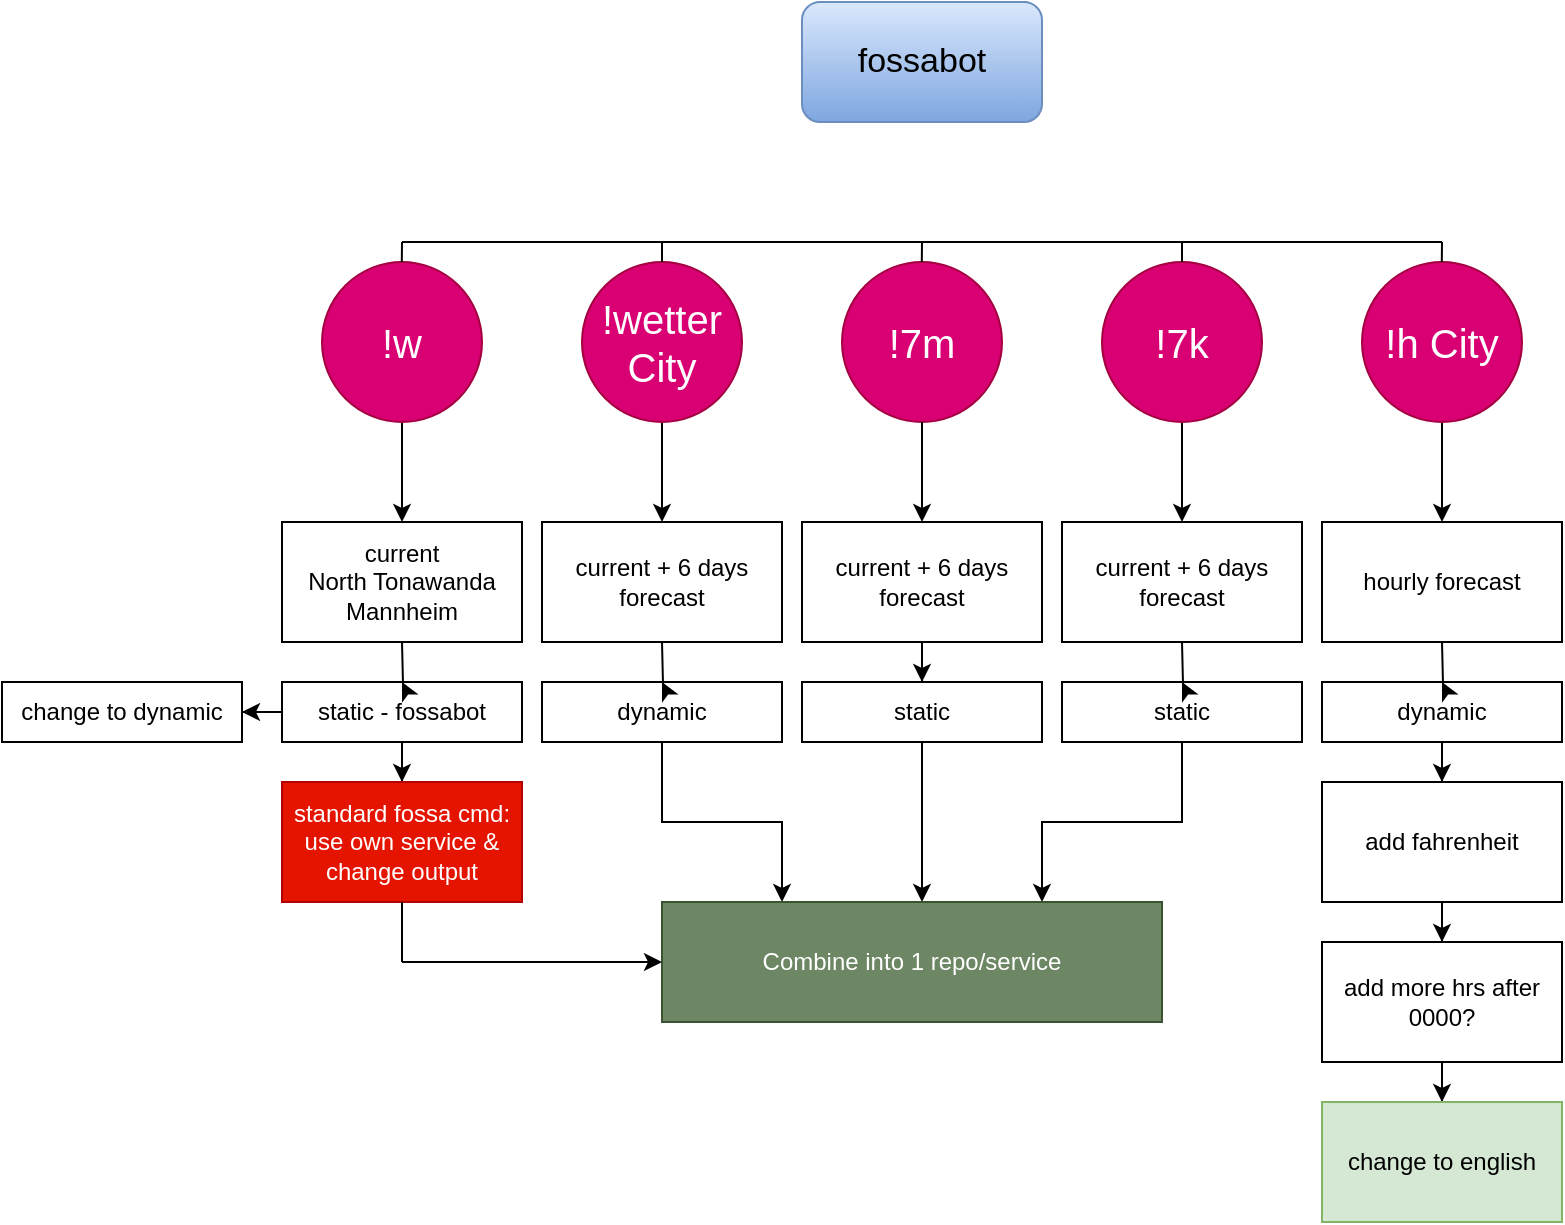
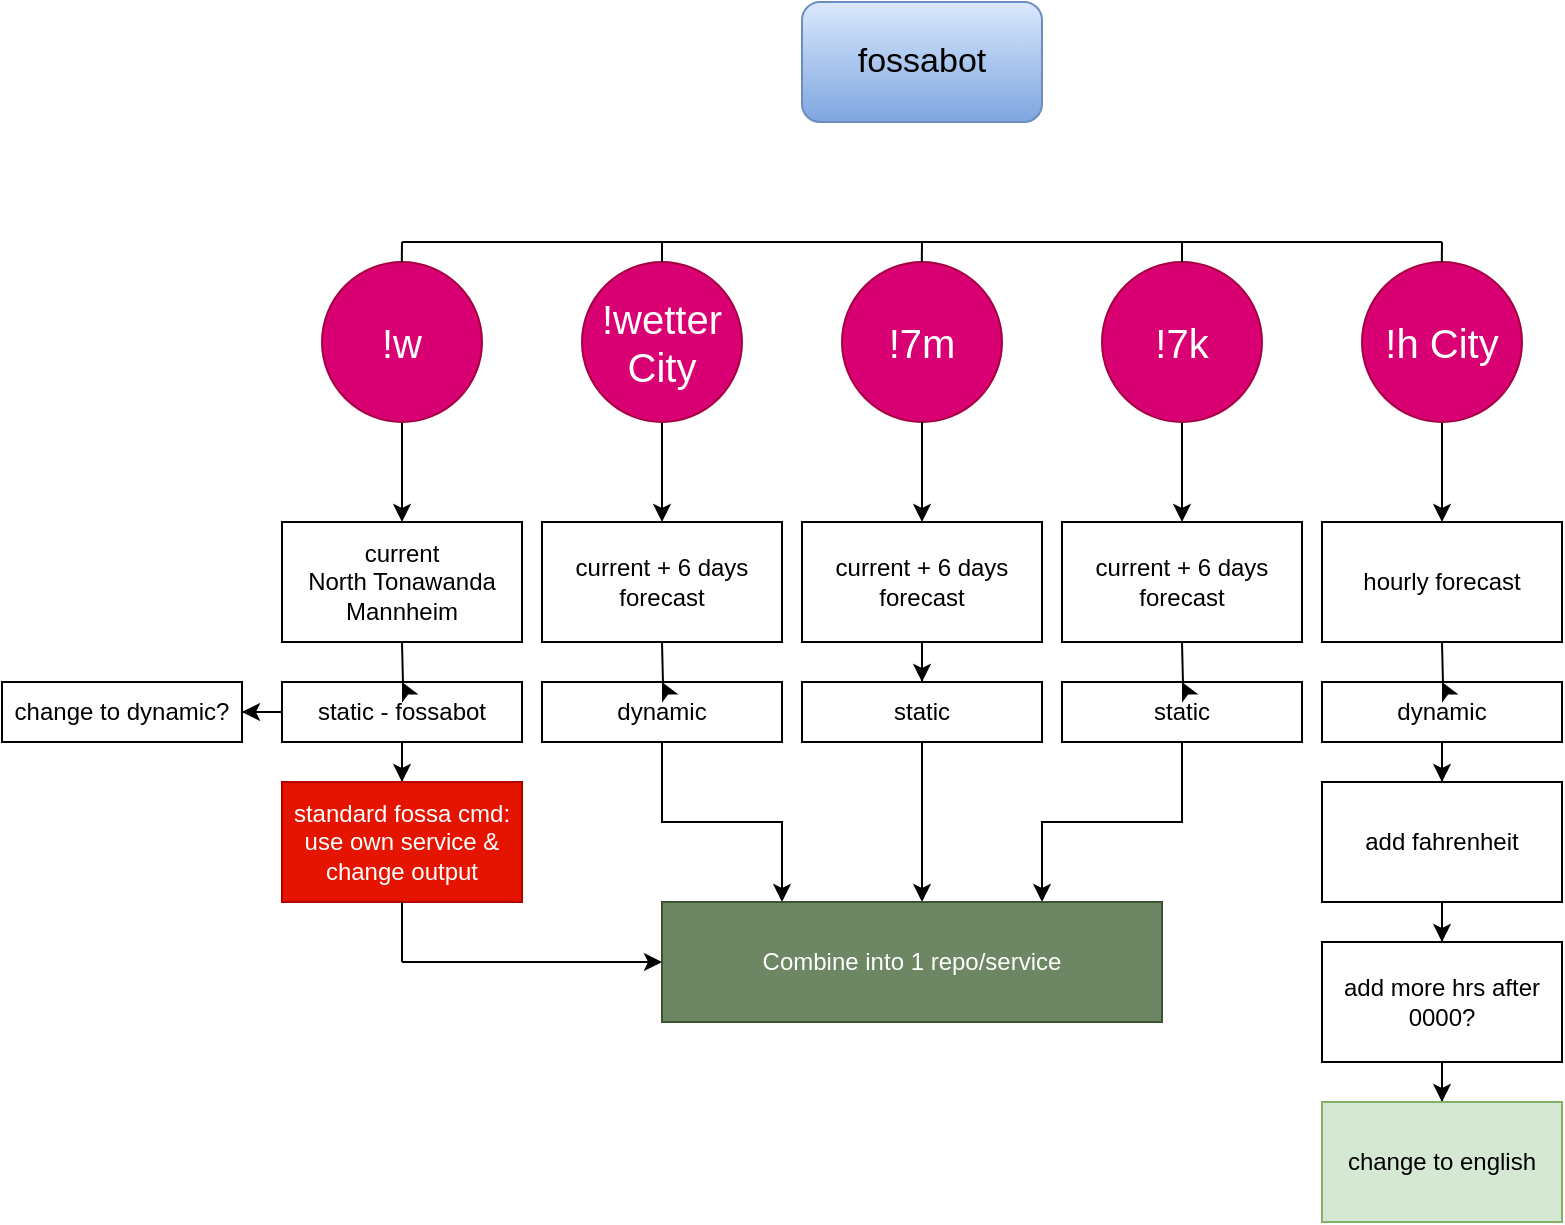
<mxfile host="app.diagrams.net">
  <diagram name="Page-1" id="9VzqXHfPhy3sf3baI-xB">
    <mxGraphModel dx="1717" dy="717" grid="1" gridSize="10" guides="1" tooltips="1" connect="1" arrows="1" fold="1" page="1" pageScale="1" pageWidth="850" pageHeight="1100" math="0" shadow="0">
      <root>
        <mxCell id="0" />
        <mxCell id="1" parent="0" />
        <mxCell id="s_UMoqTU6THQ3Am6J6Qj-11" connectable="0" parent="1" style="group" value="" vertex="1">
          <mxGeometry height="190" width="120" x="460" y="310" as="geometry" />
        </mxCell>
        <mxCell id="s_UMoqTU6THQ3Am6J6Qj-9" edge="1" parent="s_UMoqTU6THQ3Am6J6Qj-11" source="s_UMoqTU6THQ3Am6J6Qj-7" style="edgeStyle=orthogonalEdgeStyle;rounded=0;orthogonalLoop=1;jettySize=auto;html=1;" value="">
          <mxGeometry relative="1" as="geometry">
            <mxPoint x="60" y="130" as="targetPoint" />
          </mxGeometry>
        </mxCell>
        <mxCell id="s_UMoqTU6THQ3Am6J6Qj-7" parent="s_UMoqTU6THQ3Am6J6Qj-11" style="ellipse;whiteSpace=wrap;html=1;aspect=fixed;fillColor=#d80073;fontColor=#ffffff;strokeColor=#A50040;" value="&lt;font style=&quot;font-size: 20px;&quot;&gt;!7k&lt;/font&gt;" vertex="1">
          <mxGeometry height="80" width="80" x="20" as="geometry" />
        </mxCell>
        <mxCell id="s_UMoqTU6THQ3Am6J6Qj-10" parent="s_UMoqTU6THQ3Am6J6Qj-11" style="rounded=0;whiteSpace=wrap;html=1;" value="current + 6 days forecast" vertex="1">
          <mxGeometry height="60" width="120" y="130" as="geometry" />
        </mxCell>
        <mxCell id="s_UMoqTU6THQ3Am6J6Qj-13" connectable="0" parent="1" style="group" value="" vertex="1">
          <mxGeometry height="190" width="120" x="330" y="310" as="geometry" />
        </mxCell>
        <mxCell id="s_UMoqTU6THQ3Am6J6Qj-2" parent="s_UMoqTU6THQ3Am6J6Qj-13" style="rounded=0;whiteSpace=wrap;html=1;" value="current + 6 days forecast" vertex="1">
          <mxGeometry height="60" width="120" y="130" as="geometry" />
        </mxCell>
        <mxCell id="s_UMoqTU6THQ3Am6J6Qj-12" connectable="0" parent="s_UMoqTU6THQ3Am6J6Qj-13" style="group" value="" vertex="1">
          <mxGeometry height="80" width="80" x="20" as="geometry" />
        </mxCell>
        <mxCell id="s_UMoqTU6THQ3Am6J6Qj-1" parent="s_UMoqTU6THQ3Am6J6Qj-12" style="ellipse;whiteSpace=wrap;html=1;aspect=fixed;fillColor=#d80073;fontColor=#ffffff;strokeColor=#A50040;" value="&lt;font style=&quot;font-size: 20px;&quot;&gt;!7m&lt;/font&gt;" vertex="1">
          <mxGeometry height="80" width="80" as="geometry" />
        </mxCell>
        <mxCell id="s_UMoqTU6THQ3Am6J6Qj-6" edge="1" parent="s_UMoqTU6THQ3Am6J6Qj-13" source="s_UMoqTU6THQ3Am6J6Qj-1" style="edgeStyle=orthogonalEdgeStyle;rounded=0;orthogonalLoop=1;jettySize=auto;html=1;" target="s_UMoqTU6THQ3Am6J6Qj-2" value="">
          <mxGeometry relative="1" as="geometry" />
        </mxCell>
        <mxCell id="s_UMoqTU6THQ3Am6J6Qj-14" connectable="0" parent="1" style="group" value="" vertex="1">
          <mxGeometry height="190" width="120" x="590" y="310" as="geometry" />
        </mxCell>
        <mxCell id="s_UMoqTU6THQ3Am6J6Qj-15" edge="1" parent="s_UMoqTU6THQ3Am6J6Qj-14" source="s_UMoqTU6THQ3Am6J6Qj-16" style="edgeStyle=orthogonalEdgeStyle;rounded=0;orthogonalLoop=1;jettySize=auto;html=1;" value="">
          <mxGeometry relative="1" as="geometry">
            <mxPoint x="60" y="130" as="targetPoint" />
          </mxGeometry>
        </mxCell>
        <mxCell id="s_UMoqTU6THQ3Am6J6Qj-16" parent="s_UMoqTU6THQ3Am6J6Qj-14" style="ellipse;whiteSpace=wrap;html=1;aspect=fixed;fillColor=#d80073;fontColor=#ffffff;strokeColor=#A50040;" value="&lt;font style=&quot;font-size: 20px;&quot;&gt;!h City&lt;/font&gt;" vertex="1">
          <mxGeometry height="80" width="80" x="20" as="geometry" />
        </mxCell>
        <mxCell id="s_UMoqTU6THQ3Am6J6Qj-17" parent="s_UMoqTU6THQ3Am6J6Qj-14" style="rounded=0;whiteSpace=wrap;html=1;" value="hourly forecast" vertex="1">
          <mxGeometry height="60" width="120" y="130" as="geometry" />
        </mxCell>
        <mxCell id="s_UMoqTU6THQ3Am6J6Qj-18" connectable="0" parent="1" style="group" value="" vertex="1">
          <mxGeometry height="190" width="120" x="200" y="310" as="geometry" />
        </mxCell>
        <mxCell id="s_UMoqTU6THQ3Am6J6Qj-19" edge="1" parent="s_UMoqTU6THQ3Am6J6Qj-18" source="s_UMoqTU6THQ3Am6J6Qj-20" style="edgeStyle=orthogonalEdgeStyle;rounded=0;orthogonalLoop=1;jettySize=auto;html=1;" value="">
          <mxGeometry relative="1" as="geometry">
            <mxPoint x="60" y="130" as="targetPoint" />
          </mxGeometry>
        </mxCell>
        <mxCell id="s_UMoqTU6THQ3Am6J6Qj-20" parent="s_UMoqTU6THQ3Am6J6Qj-18" style="ellipse;whiteSpace=wrap;html=1;aspect=fixed;fillColor=#d80073;fontColor=#ffffff;strokeColor=#A50040;" value="&lt;font style=&quot;font-size: 20px;&quot;&gt;!wetter City&lt;/font&gt;" vertex="1">
          <mxGeometry height="80" width="80" x="20" as="geometry" />
        </mxCell>
        <mxCell id="s_UMoqTU6THQ3Am6J6Qj-21" parent="s_UMoqTU6THQ3Am6J6Qj-18" style="rounded=0;whiteSpace=wrap;html=1;" value="current + 6 days forecast" vertex="1">
          <mxGeometry height="60" width="120" y="130" as="geometry" />
        </mxCell>
        <mxCell id="wv6-X-4x8dGTElKProTv-45" edge="1" parent="1" source="s_UMoqTU6THQ3Am6J6Qj-24" style="edgeStyle=orthogonalEdgeStyle;rounded=0;orthogonalLoop=1;jettySize=auto;html=1;" target="wv6-X-4x8dGTElKProTv-44" value="">
          <mxGeometry relative="1" as="geometry">
            <Array as="points">
              <mxPoint x="390" y="620" />
              <mxPoint x="390" y="620" />
            </Array>
          </mxGeometry>
        </mxCell>
        <mxCell id="s_UMoqTU6THQ3Am6J6Qj-24" parent="1" style="rounded=0;whiteSpace=wrap;html=1;" value="static" vertex="1">
          <mxGeometry height="30" width="120" x="330" y="520" as="geometry" />
        </mxCell>
        <mxCell id="s_UMoqTU6THQ3Am6J6Qj-25" edge="1" parent="1" source="s_UMoqTU6THQ3Am6J6Qj-2" style="edgeStyle=orthogonalEdgeStyle;rounded=0;orthogonalLoop=1;jettySize=auto;html=1;" target="s_UMoqTU6THQ3Am6J6Qj-24" value="">
          <mxGeometry relative="1" as="geometry" />
        </mxCell>
        <mxCell id="wv6-X-4x8dGTElKProTv-51" edge="1" parent="1" source="s_UMoqTU6THQ3Am6J6Qj-26" style="edgeStyle=orthogonalEdgeStyle;rounded=0;orthogonalLoop=1;jettySize=auto;html=1;" target="wv6-X-4x8dGTElKProTv-44" value="">
          <mxGeometry relative="1" as="geometry">
            <Array as="points">
              <mxPoint x="260" y="590" />
              <mxPoint x="320" y="590" />
            </Array>
          </mxGeometry>
        </mxCell>
        <mxCell id="s_UMoqTU6THQ3Am6J6Qj-26" parent="1" style="rounded=0;whiteSpace=wrap;html=1;" value="dynamic" vertex="1">
          <mxGeometry height="30" width="120" x="200" y="520" as="geometry" />
        </mxCell>
        <mxCell id="s_UMoqTU6THQ3Am6J6Qj-27" edge="1" parent="1" style="edgeStyle=orthogonalEdgeStyle;rounded=0;orthogonalLoop=1;jettySize=auto;html=1;" target="s_UMoqTU6THQ3Am6J6Qj-26" value="">
          <mxGeometry relative="1" as="geometry">
            <mxPoint x="260" y="500" as="sourcePoint" />
          </mxGeometry>
        </mxCell>
        <mxCell id="wv6-X-4x8dGTElKProTv-50" edge="1" parent="1" source="s_UMoqTU6THQ3Am6J6Qj-28" style="edgeStyle=orthogonalEdgeStyle;rounded=0;orthogonalLoop=1;jettySize=auto;html=1;" target="wv6-X-4x8dGTElKProTv-44" value="">
          <mxGeometry relative="1" as="geometry">
            <Array as="points">
              <mxPoint x="520" y="590" />
              <mxPoint x="450" y="590" />
            </Array>
          </mxGeometry>
        </mxCell>
        <mxCell id="s_UMoqTU6THQ3Am6J6Qj-28" parent="1" style="rounded=0;whiteSpace=wrap;html=1;" value="static" vertex="1">
          <mxGeometry height="30" width="120" x="460" y="520" as="geometry" />
        </mxCell>
        <mxCell id="s_UMoqTU6THQ3Am6J6Qj-29" edge="1" parent="1" style="edgeStyle=orthogonalEdgeStyle;rounded=0;orthogonalLoop=1;jettySize=auto;html=1;" target="s_UMoqTU6THQ3Am6J6Qj-28" value="">
          <mxGeometry relative="1" as="geometry">
            <mxPoint x="520" y="500" as="sourcePoint" />
          </mxGeometry>
        </mxCell>
        <mxCell id="wv6-X-4x8dGTElKProTv-53" edge="1" parent="1" source="s_UMoqTU6THQ3Am6J6Qj-30" style="edgeStyle=orthogonalEdgeStyle;rounded=0;orthogonalLoop=1;jettySize=auto;html=1;" target="wv6-X-4x8dGTElKProTv-52" value="">
          <mxGeometry relative="1" as="geometry" />
        </mxCell>
        <mxCell id="s_UMoqTU6THQ3Am6J6Qj-30" parent="1" style="rounded=0;whiteSpace=wrap;html=1;" value="dynamic" vertex="1">
          <mxGeometry height="30" width="120" x="590" y="520" as="geometry" />
        </mxCell>
        <mxCell id="s_UMoqTU6THQ3Am6J6Qj-31" edge="1" parent="1" style="edgeStyle=orthogonalEdgeStyle;rounded=0;orthogonalLoop=1;jettySize=auto;html=1;" target="s_UMoqTU6THQ3Am6J6Qj-30" value="">
          <mxGeometry relative="1" as="geometry">
            <mxPoint x="650" y="500" as="sourcePoint" />
          </mxGeometry>
        </mxCell>
        <mxCell id="wv6-X-4x8dGTElKProTv-1" parent="1" style="rounded=1;whiteSpace=wrap;html=1;fillColor=#dae8fc;strokeColor=#6c8ebf;gradientColor=#7ea6e0;fontColor=light-dark(#000000,#CCFF99);fontSize=17;" value="fossabot" vertex="1">
          <mxGeometry height="60" width="120" x="330" y="180" as="geometry" />
        </mxCell>
        <mxCell id="wv6-X-4x8dGTElKProTv-15" edge="1" parent="1" style="endArrow=none;html=1;rounded=0;" value="">
          <mxGeometry height="50" relative="1" width="50" as="geometry">
            <mxPoint x="130" y="300" as="sourcePoint" />
            <mxPoint x="650" y="300" as="targetPoint" />
          </mxGeometry>
        </mxCell>
        <mxCell id="wv6-X-4x8dGTElKProTv-18" edge="1" parent="1" source="s_UMoqTU6THQ3Am6J6Qj-20" style="endArrow=none;html=1;rounded=0;exitX=0.5;exitY=0;exitDx=0;exitDy=0;" value="">
          <mxGeometry height="50" relative="1" width="50" as="geometry">
            <mxPoint x="450" y="320" as="sourcePoint" />
            <mxPoint x="260" y="300" as="targetPoint" />
          </mxGeometry>
        </mxCell>
        <mxCell id="wv6-X-4x8dGTElKProTv-19" edge="1" parent="1" style="endArrow=none;html=1;rounded=0;exitX=0.5;exitY=0;exitDx=0;exitDy=0;" value="">
          <mxGeometry height="50" relative="1" width="50" as="geometry">
            <mxPoint x="389.9" y="310" as="sourcePoint" />
            <mxPoint x="390" y="300" as="targetPoint" />
          </mxGeometry>
        </mxCell>
        <mxCell id="wv6-X-4x8dGTElKProTv-20" edge="1" parent="1" style="endArrow=none;html=1;rounded=0;exitX=0.5;exitY=0;exitDx=0;exitDy=0;" value="">
          <mxGeometry height="50" relative="1" width="50" as="geometry">
            <mxPoint x="520" y="310" as="sourcePoint" />
            <mxPoint x="520" y="300" as="targetPoint" />
          </mxGeometry>
        </mxCell>
        <mxCell id="wv6-X-4x8dGTElKProTv-21" edge="1" parent="1" style="endArrow=none;html=1;rounded=0;exitX=0.5;exitY=0;exitDx=0;exitDy=0;" value="">
          <mxGeometry height="50" relative="1" width="50" as="geometry">
            <mxPoint x="649.9" y="310" as="sourcePoint" />
            <mxPoint x="650" y="300" as="targetPoint" />
          </mxGeometry>
        </mxCell>
        <mxCell id="wv6-X-4x8dGTElKProTv-27" connectable="0" parent="1" style="group" value="" vertex="1">
          <mxGeometry height="190" width="120" x="70" y="310" as="geometry" />
        </mxCell>
        <mxCell id="wv6-X-4x8dGTElKProTv-28" edge="1" parent="wv6-X-4x8dGTElKProTv-27" source="wv6-X-4x8dGTElKProTv-29" style="edgeStyle=orthogonalEdgeStyle;rounded=0;orthogonalLoop=1;jettySize=auto;html=1;" value="">
          <mxGeometry relative="1" as="geometry">
            <mxPoint x="60" y="130" as="targetPoint" />
          </mxGeometry>
        </mxCell>
        <mxCell id="wv6-X-4x8dGTElKProTv-29" parent="wv6-X-4x8dGTElKProTv-27" style="ellipse;whiteSpace=wrap;html=1;aspect=fixed;fillColor=#d80073;fontColor=#ffffff;strokeColor=#A50040;" value="&lt;font style=&quot;font-size: 20px;&quot;&gt;!w&lt;/font&gt;" vertex="1">
          <mxGeometry height="80" width="80" x="20" as="geometry" />
        </mxCell>
        <mxCell id="wv6-X-4x8dGTElKProTv-30" parent="wv6-X-4x8dGTElKProTv-27" style="rounded=0;whiteSpace=wrap;html=1;" value="&lt;div&gt;current&lt;/div&gt;&lt;div&gt;North Tonawanda&lt;/div&gt;&lt;div&gt;Mannheim&lt;/div&gt;" vertex="1">
          <mxGeometry height="60" width="120" y="130" as="geometry" />
        </mxCell>
        <mxCell id="wv6-X-4x8dGTElKProTv-43" edge="1" parent="1" source="wv6-X-4x8dGTElKProTv-31" style="edgeStyle=orthogonalEdgeStyle;rounded=0;orthogonalLoop=1;jettySize=auto;html=1;" target="wv6-X-4x8dGTElKProTv-42" value="">
          <mxGeometry relative="1" as="geometry" />
        </mxCell>
        <mxCell id="wv6-X-4x8dGTElKProTv-72" edge="1" parent="1" source="wv6-X-4x8dGTElKProTv-31" style="edgeStyle=orthogonalEdgeStyle;rounded=0;orthogonalLoop=1;jettySize=auto;html=1;" target="wv6-X-4x8dGTElKProTv-71" value="">
          <mxGeometry relative="1" as="geometry" />
        </mxCell>
        <mxCell id="wv6-X-4x8dGTElKProTv-31" parent="1" style="rounded=0;whiteSpace=wrap;html=1;" value="static - fossabot" vertex="1">
          <mxGeometry height="30" width="120" x="70" y="520" as="geometry" />
        </mxCell>
        <mxCell id="wv6-X-4x8dGTElKProTv-32" edge="1" parent="1" style="edgeStyle=orthogonalEdgeStyle;rounded=0;orthogonalLoop=1;jettySize=auto;html=1;" target="wv6-X-4x8dGTElKProTv-31" value="">
          <mxGeometry relative="1" as="geometry">
            <mxPoint x="130" y="500" as="sourcePoint" />
          </mxGeometry>
        </mxCell>
        <mxCell id="wv6-X-4x8dGTElKProTv-33" edge="1" parent="1" style="endArrow=none;html=1;rounded=0;exitX=0.5;exitY=0;exitDx=0;exitDy=0;" value="">
          <mxGeometry height="50" relative="1" width="50" as="geometry">
            <mxPoint x="129.89999999999998" y="310" as="sourcePoint" />
            <mxPoint x="130" y="300" as="targetPoint" />
          </mxGeometry>
        </mxCell>
        <mxCell id="wv6-X-4x8dGTElKProTv-42" parent="1" style="whiteSpace=wrap;html=1;rounded=0;fillColor=#e51400;strokeColor=#B20000;fontColor=#ffffff;" value="standard fossa cmd: use own service &amp;amp; change output" vertex="1">
          <mxGeometry height="60" width="120" x="70" y="570" as="geometry" />
        </mxCell>
        <mxCell id="wv6-X-4x8dGTElKProTv-44" parent="1" style="rounded=0;whiteSpace=wrap;html=1;fillColor=#6d8764;fontColor=#ffffff;strokeColor=#3A5431;" value="Combine into 1 repo/service" vertex="1">
          <mxGeometry height="60" width="250" x="260" y="630" as="geometry" />
        </mxCell>
        <mxCell id="wv6-X-4x8dGTElKProTv-55" edge="1" parent="1" source="wv6-X-4x8dGTElKProTv-52" style="edgeStyle=orthogonalEdgeStyle;rounded=0;orthogonalLoop=1;jettySize=auto;html=1;" target="wv6-X-4x8dGTElKProTv-54" value="">
          <mxGeometry relative="1" as="geometry" />
        </mxCell>
        <mxCell id="wv6-X-4x8dGTElKProTv-52" parent="1" style="rounded=0;whiteSpace=wrap;html=1;" value="add fahrenheit" vertex="1">
          <mxGeometry height="60" width="120" x="590" y="570" as="geometry" />
        </mxCell>
        <mxCell id="wv6-X-4x8dGTElKProTv-61" edge="1" parent="1" source="wv6-X-4x8dGTElKProTv-54" style="edgeStyle=orthogonalEdgeStyle;rounded=0;orthogonalLoop=1;jettySize=auto;html=1;" target="wv6-X-4x8dGTElKProTv-60" value="">
          <mxGeometry relative="1" as="geometry" />
        </mxCell>
        <mxCell id="wv6-X-4x8dGTElKProTv-54" parent="1" style="rounded=0;whiteSpace=wrap;html=1;" value="add more hrs after 0000?" vertex="1">
          <mxGeometry height="60" width="120" x="590" y="650" as="geometry" />
        </mxCell>
        <mxCell id="wv6-X-4x8dGTElKProTv-60" parent="1" style="rounded=0;whiteSpace=wrap;html=1;fillColor=light-dark(#D5E8D4,#FF0000);strokeColor=#82b366;fontColor=light-dark(#000000,#0000CC);" value="change to english" vertex="1">
          <mxGeometry height="60" width="120" x="590" y="730" as="geometry" />
        </mxCell>
        <mxCell id="wv6-X-4x8dGTElKProTv-68" edge="1" parent="1" style="edgeStyle=orthogonalEdgeStyle;rounded=0;orthogonalLoop=1;jettySize=auto;html=1;exitX=0.5;exitY=1;exitDx=0;exitDy=0;">
          <mxGeometry relative="1" as="geometry">
            <mxPoint x="-25" y="550" as="sourcePoint" />
            <mxPoint x="-25" y="550" as="targetPoint" />
          </mxGeometry>
        </mxCell>
-         <mxCell id="wv6-X-4x8dGTElKProTv-71" parent="1" style="rounded=0;whiteSpace=wrap;html=1;" value="change to dynamic" vertex="1">
+         <mxCell id="wv6-X-4x8dGTElKProTv-71" parent="1" style="rounded=0;whiteSpace=wrap;html=1;" value="change to dynamic?" vertex="1">
          <mxGeometry height="30" width="120" x="-70" y="520" as="geometry" />
        </mxCell>
        <mxCell id="wv6-X-4x8dGTElKProTv-74" edge="1" parent="1" style="endArrow=none;html=1;rounded=0;entryX=0.5;entryY=1;entryDx=0;entryDy=0;" target="wv6-X-4x8dGTElKProTv-42" value="">
          <mxGeometry height="50" relative="1" width="50" as="geometry">
            <mxPoint x="130" y="660" as="sourcePoint" />
            <mxPoint x="140" y="680" as="targetPoint" />
          </mxGeometry>
        </mxCell>
        <mxCell id="wv6-X-4x8dGTElKProTv-75" edge="1" parent="1" style="endArrow=classic;html=1;rounded=0;startArrow=none;startFill=0;endFill=1;entryX=0;entryY=0.5;entryDx=0;entryDy=0;" target="wv6-X-4x8dGTElKProTv-44" value="">
          <mxGeometry height="50" relative="1" width="50" as="geometry">
            <mxPoint x="130" y="660" as="sourcePoint" />
            <mxPoint x="210" y="660" as="targetPoint" />
          </mxGeometry>
        </mxCell>
      </root>
    </mxGraphModel>
  </diagram>
</mxfile>
